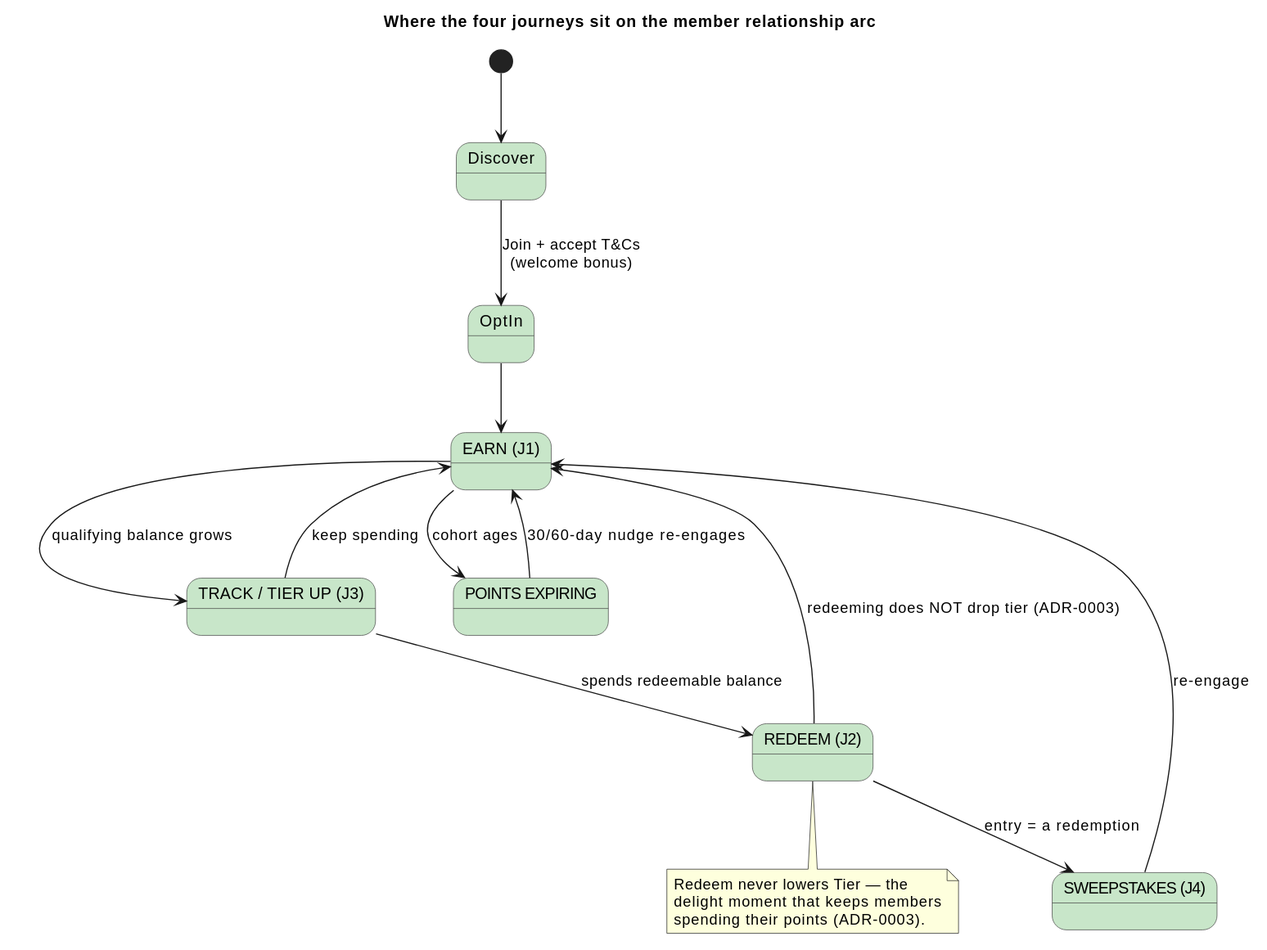
Before: images/JourneyRelationshipArc.svg, a diagram exported from PlantUML (batnam/rochallor-loyalty).
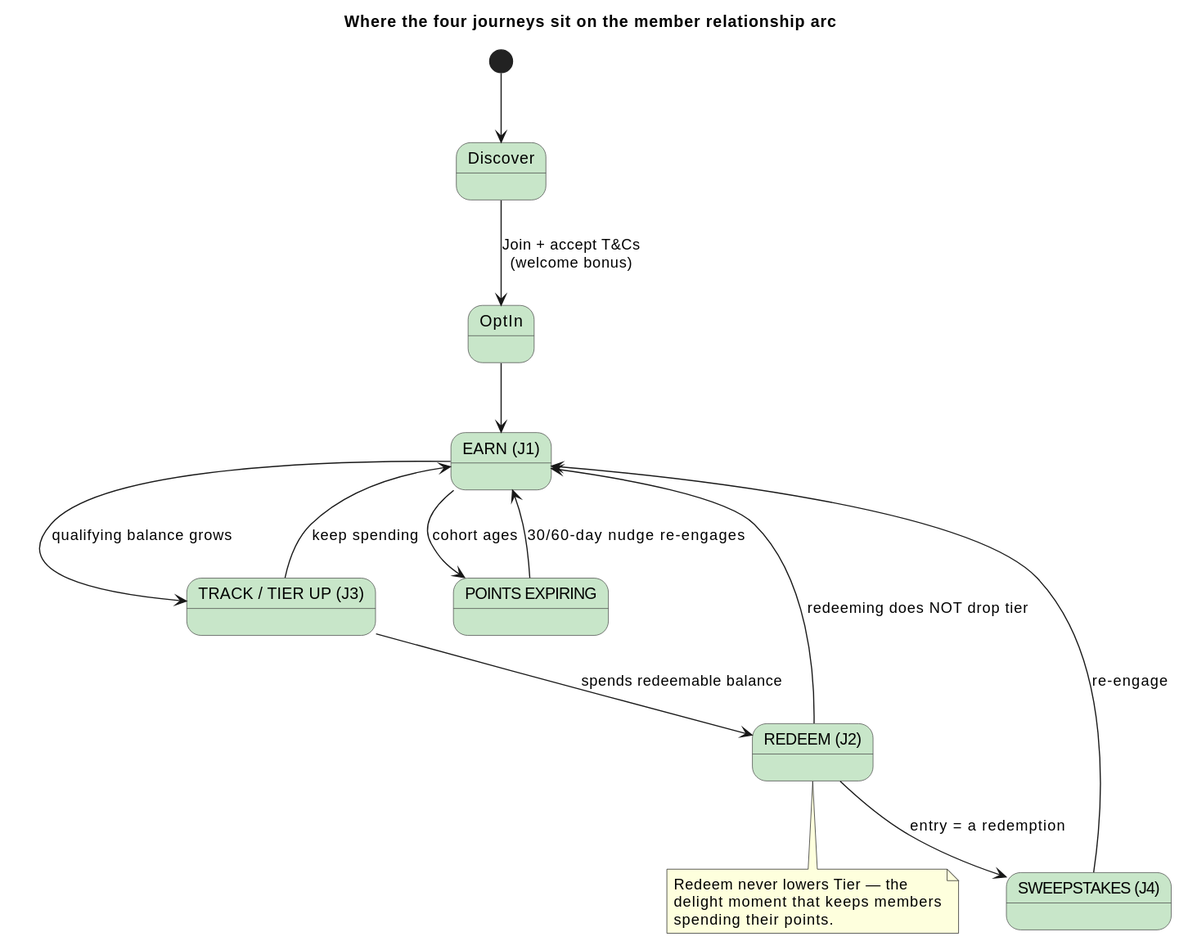
Later version of the same file.

The edit, as a diff of the source:
```diff
@@ -19,7 +19,7 @@
 Redeem --> Sweep : entry = a redemption
 Sweep --> Earn : re-engage
 Tier --> Earn : keep spending
-Redeem --> Earn : redeeming does NOT drop tier (ADR-0003)
+Redeem --> Earn : redeeming does NOT drop tier
 Earn --> Expiry : cohort ages
 state "POINTS EXPIRING" as Expiry
 Expiry --> Earn : 30/60-day nudge re-engages
@@ -27,6 +27,6 @@
 note bottom of Redeem
   Redeem never lowers Tier — the
   delight moment that keeps members
-  spending their points (ADR-0003).
+  spending their points.
 end note
 @enduml
```
